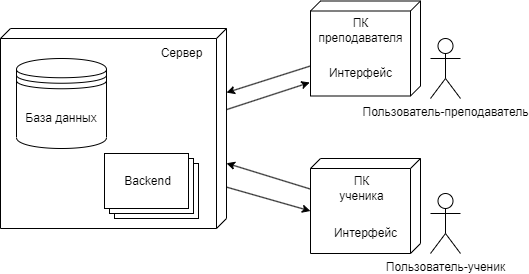
The draw.io diagram Диаграмма-компонентов.png in watashinonericell/myrepos, before a commit. Source tidied: cells renumbered, new cells last; positions are measured from the earlier drawing's top-left corner, leaving out a move shared by most shapes.
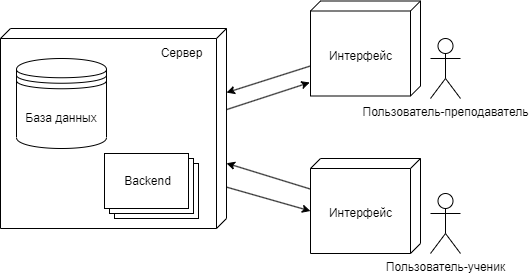
Above is the later version.

Diff of the diagram source:
```diff
@@ -29,20 +29,14 @@
     <mxCell id="10" style="verticalAlign=top;align=left;spacingTop=8;spacingLeft=2;spacingRight=12;shape=cube;size=10;direction=south;fontStyle=4;html=1;whiteSpace=wrap;" parent="1" vertex="1">
       <mxGeometry x="310" y="158" width="110" height="95" as="geometry" />
     </mxCell>
-    <mxCell id="11" value="ПК &lt;br&gt;преподавателя" style="text;html=1;align=center;verticalAlign=middle;strokeColor=none;fillColor=none;" parent="1" vertex="1">
-      <mxGeometry x="305" y="10" width="110" height="40" as="geometry" />
-    </mxCell>
-    <mxCell id="12" value="ПК &lt;br&gt;ученика" style="text;html=1;align=center;verticalAlign=middle;strokeColor=none;fillColor=none;" parent="1" vertex="1">
-      <mxGeometry x="326" y="168" width="70" height="40" as="geometry" />
-    </mxCell>
     <mxCell id="13" style="endArrow=classic;html=1;rounded=0;" parent="1" edge="1" source="10" target="2">
       <mxGeometry relative="1" as="geometry" />
     </mxCell>
     <mxCell id="14" value="Интерфейс" style="text;html=1;align=center;verticalAlign=middle;strokeColor=none;fillColor=none;" parent="1" vertex="1">
-      <mxGeometry x="315" y="58" width="90" height="30" as="geometry" />
+      <mxGeometry x="315" y="41" width="90" height="30" as="geometry" />
     </mxCell>
     <mxCell id="15" value="Интерфейс" style="text;html=1;align=center;verticalAlign=middle;strokeColor=none;fillColor=none;" parent="1" vertex="1">
-      <mxGeometry x="320" y="218" width="90" height="30" as="geometry" />
+      <mxGeometry x="315" y="198" width="90" height="30" as="geometry" />
     </mxCell>
     <mxCell id="16" style="endArrow=classic;html=1;rounded=0;entryX=0;entryY=0;entryDx=52.5;entryDy=110;entryPerimeter=0;exitX=0.793;exitY=0;exitDx=0;exitDy=0;exitPerimeter=0;" parent="1" edge="1" source="2" target="10">
       <mxGeometry relative="1" as="geometry" />
```
